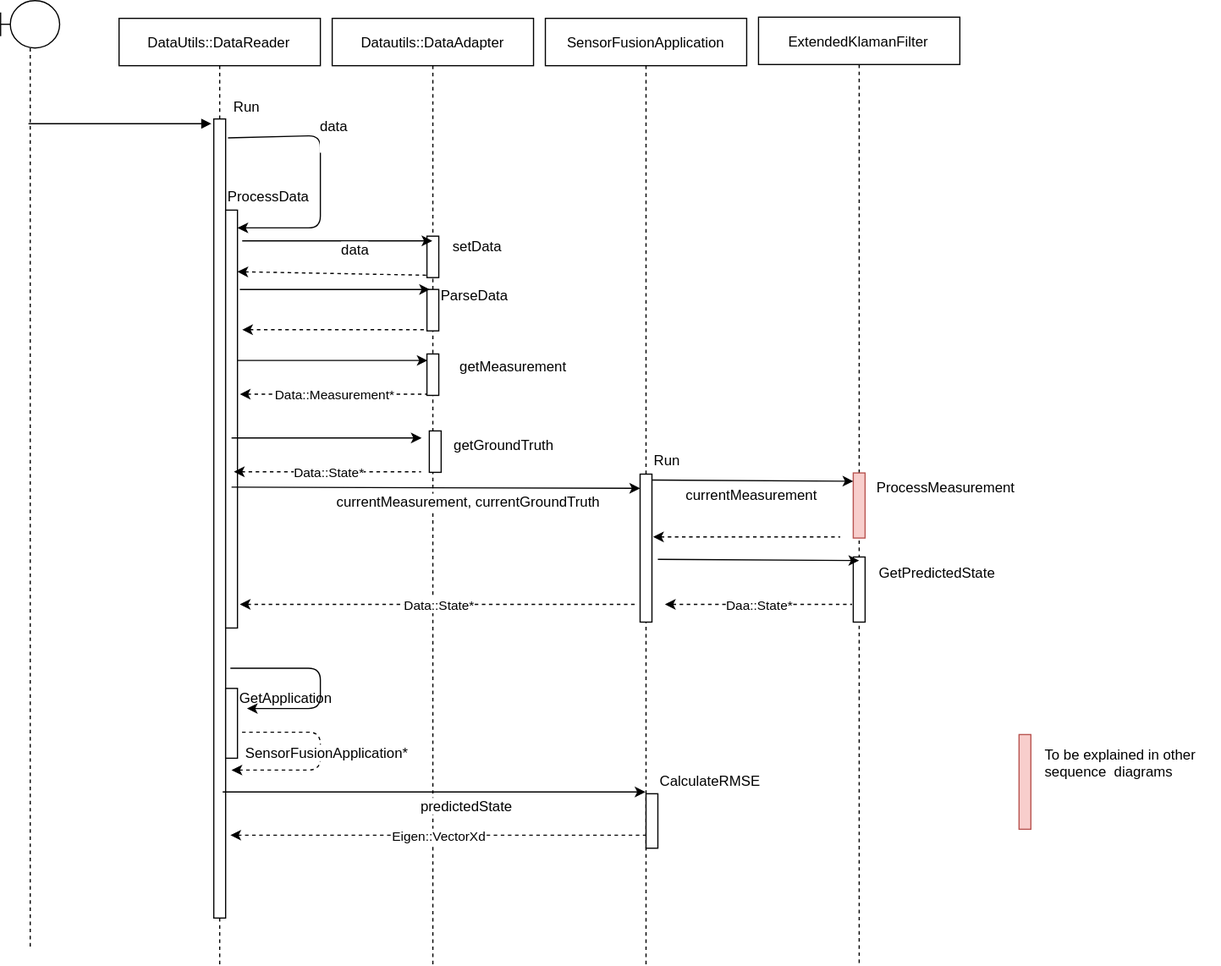
Earlier version of the draw.io export Term2/Proj2_UnscentedKalmanFilter/README/Design/DataReader_Workflow_SequenceDiagram.svg (venkatvi/UdacitySelfDrivingCarNanoDegree). Source tidied: cells renumbered, new cells last; positions are measured from the earlier drawing's top-left corner, leaving out a move shared by most shapes.
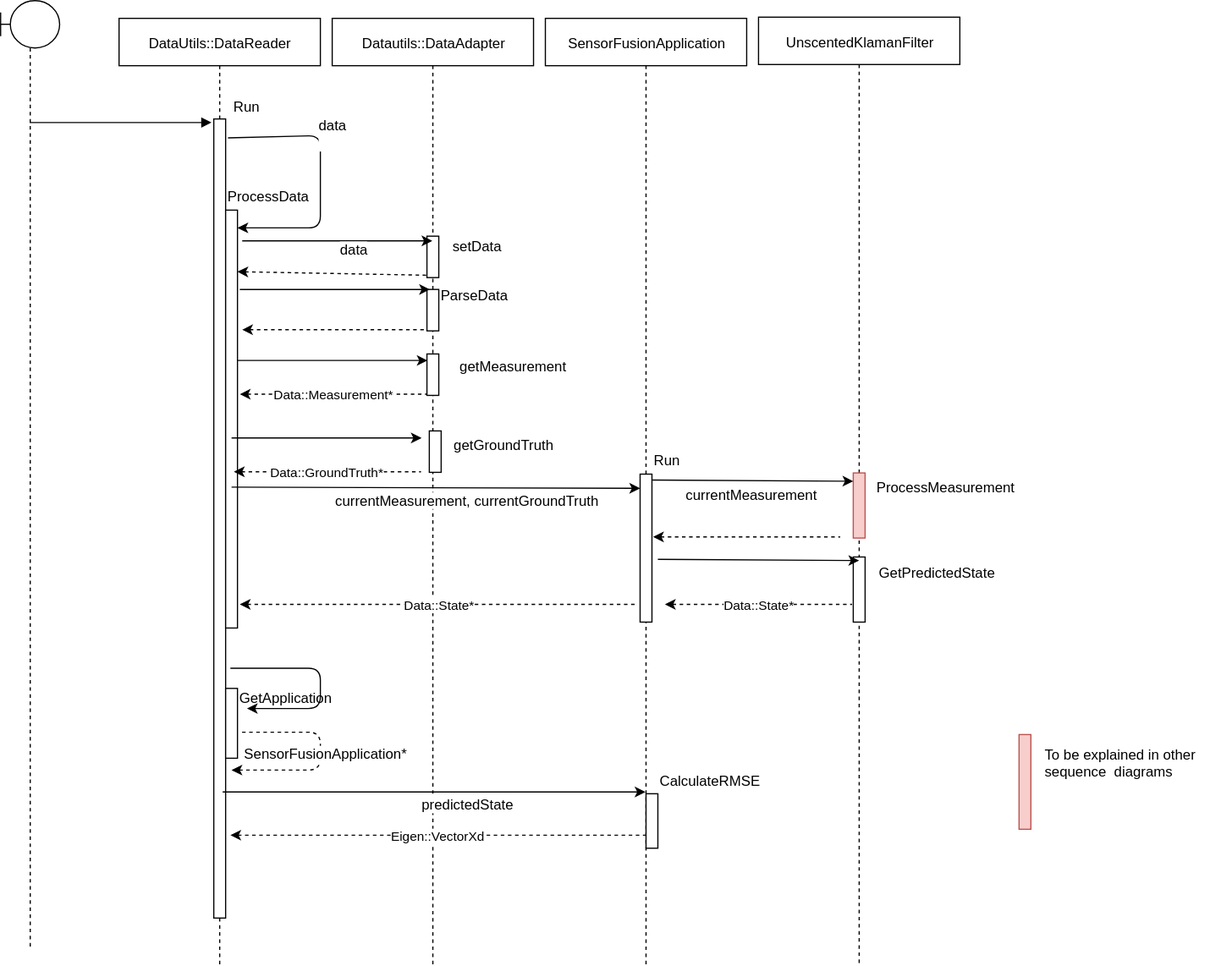
After the change.

Change to the diagram source:
```diff
@@ -107,7 +107,7 @@
         <mxPoint x="355.5" y="369.5" as="targetPoint" />
       </mxGeometry>
     </mxCell>
-    <mxCell id="28" value="Data::State*" style="endArrow=none;dashed=1;html=1;startArrow=classic;startFill=1;exitX=1.2;exitY=0.416;exitPerimeter=0;" parent="1" edge="1">
+    <mxCell id="28" value="Data::GroundTruth*" style="endArrow=none;dashed=1;html=1;startArrow=classic;startFill=1;exitX=1.2;exitY=0.416;exitPerimeter=0;" parent="1" edge="1">
       <mxGeometry relative="1" as="geometry">
         <mxPoint x="197" y="398" as="sourcePoint" />
         <mxPoint x="355" y="398" as="targetPoint" />
@@ -138,7 +138,7 @@
         <mxPoint x="1" as="offset" />
       </mxGeometry>
     </mxCell>
-    <mxCell id="36" value="ExtendedKlamanFilter" style="shape=umlLifeline;perimeter=lifelinePerimeter;whiteSpace=wrap;html=1;" parent="1" vertex="1">
+    <mxCell id="36" value="UnscentedKlamanFilter" style="shape=umlLifeline;perimeter=lifelinePerimeter;whiteSpace=wrap;html=1;" parent="1" vertex="1">
       <mxGeometry x="640" y="14" width="170" height="800" as="geometry" />
     </mxCell>
     <mxCell id="37" style="html=1;perimeter=orthogonalPerimeter;fillColor=#f8cecc;strokeColor=#b85450;" parent="36" vertex="1">
@@ -174,7 +174,7 @@
         <mxPoint x="725" y="473" as="targetPoint" />
       </mxGeometry>
     </mxCell>
-    <mxCell id="45" value="Daa::State*" style="endArrow=none;dashed=1;html=1;startArrow=classic;startFill=1;exitX=1.2;exitY=0.416;exitPerimeter=0;" parent="1" edge="1">
+    <mxCell id="45" value="Data::State*" style="endArrow=none;dashed=1;html=1;startArrow=classic;startFill=1;exitX=1.2;exitY=0.416;exitPerimeter=0;" parent="1" edge="1">
       <mxGeometry relative="1" as="geometry">
         <mxPoint x="561" y="510" as="sourcePoint" />
         <mxPoint x="719" y="510" as="targetPoint" />
```
